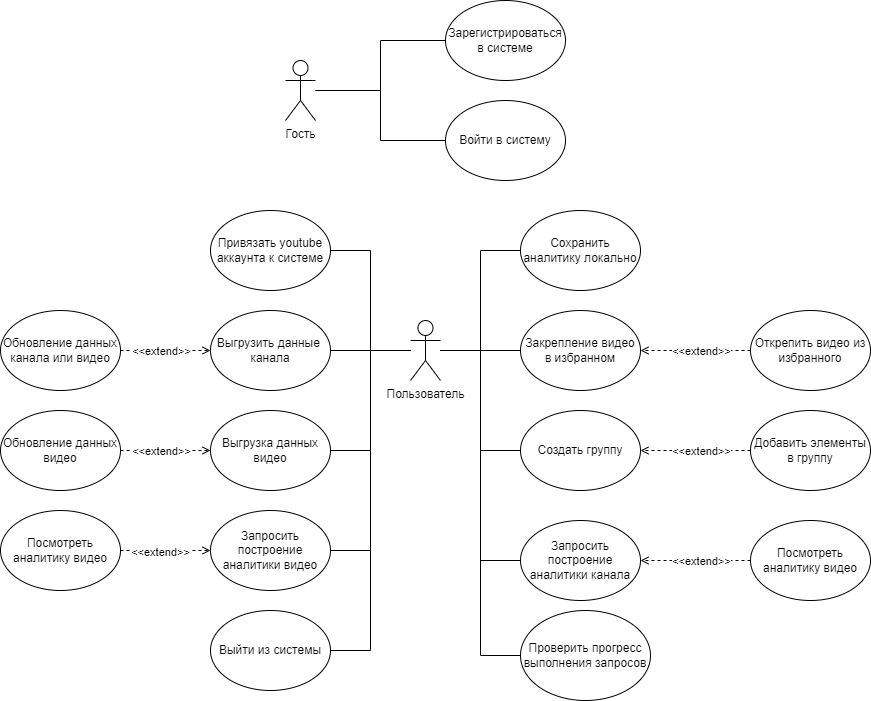
The draw.io diagram docs/images/UseCase.png in Hembos/YoutubeAnalytics, before a commit. Source tidied: cells renumbered, new cells last; positions are measured from the earlier drawing's top-left corner, leaving out a move shared by most shapes.
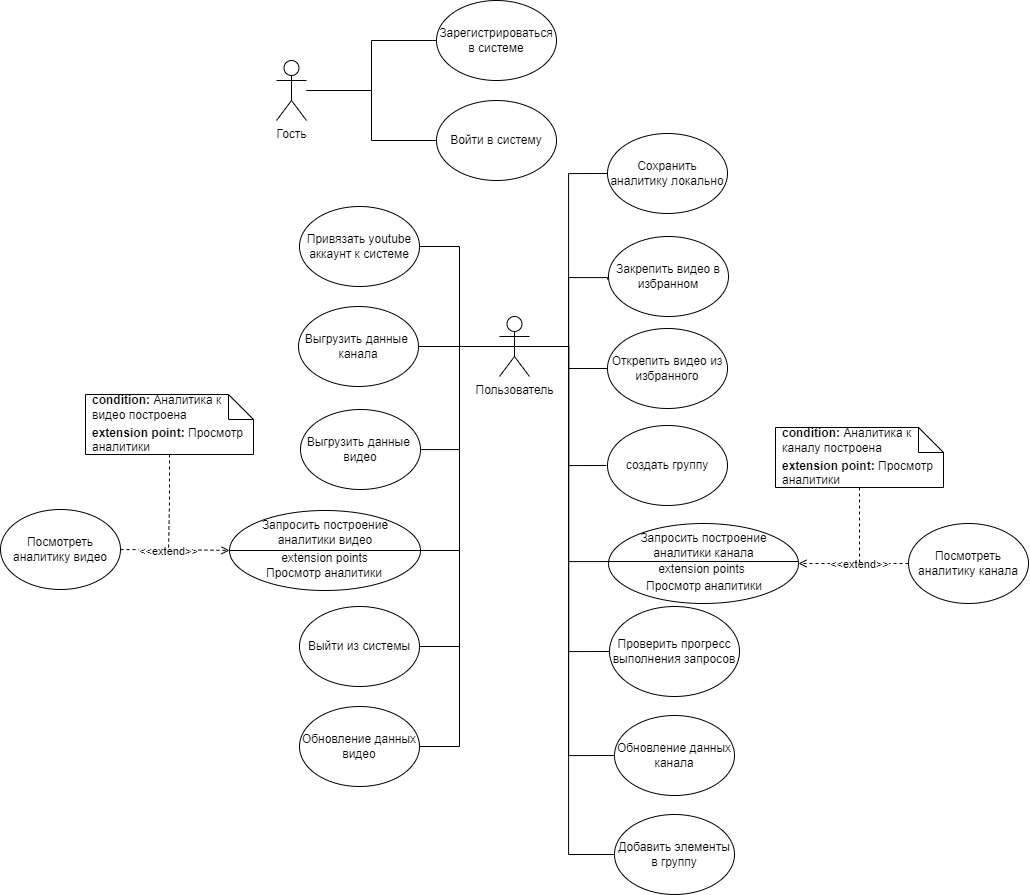
After the change.

Diff of the diagram source:
```diff
@@ -9,131 +9,113 @@
       <mxGeometry relative="1" as="geometry" />
     </mxCell>
     <mxCell id="4" value="Гость&lt;br&gt;" style="shape=umlActor;verticalLabelPosition=bottom;verticalAlign=top;html=1;outlineConnect=0;" parent="1" vertex="1">
-      <mxGeometry x="285" y="60" width="30" height="60" as="geometry" />
+      <mxGeometry x="187" y="64" width="30" height="60" as="geometry" />
     </mxCell>
     <mxCell id="5" style="edgeStyle=orthogonalEdgeStyle;rounded=0;jettySize=auto;html=1;entryX=1;entryY=0.5;entryDx=0;entryDy=0;endArrow=none;endFill=0;" parent="1" edge="1" source="15" target="27">
       <mxGeometry relative="1" as="geometry" />
     </mxCell>
-    <mxCell id="6" style="edgeStyle=orthogonalEdgeStyle;rounded=0;jettySize=auto;html=1;endArrow=none;endFill=0;" parent="1" edge="1" source="15" target="28">
-      <mxGeometry relative="1" as="geometry" />
+    <mxCell id="6" style="edgeStyle=orthogonalEdgeStyle;rounded=0;jettySize=auto;html=1;endArrow=none;endFill=0;entryX=1;entryY=0.5;entryDx=0;entryDy=0;" parent="1" edge="1" source="15" target="28">
+      <mxGeometry relative="1" as="geometry">
+        <Array as="points">
+          <mxPoint x="329" y="350" />
+        </Array>
+      </mxGeometry>
     </mxCell>
-    <mxCell id="7" style="edgeStyle=orthogonalEdgeStyle;rounded=0;jettySize=auto;html=1;entryX=1;entryY=0.5;entryDx=0;entryDy=0;endArrow=none;endFill=0;" parent="1" edge="1" source="15" target="21">
-      <mxGeometry relative="1" as="geometry" />
+    <mxCell id="7" style="edgeStyle=orthogonalEdgeStyle;rounded=0;jettySize=auto;html=1;endArrow=none;endFill=0;" parent="1" edge="1" source="15" target="54">
+      <mxGeometry relative="1" as="geometry">
+        <Array as="points">
+          <mxPoint x="370" y="350" />
+          <mxPoint x="370" y="554" />
+        </Array>
+      </mxGeometry>
     </mxCell>
     <mxCell id="8" style="edgeStyle=orthogonalEdgeStyle;rounded=0;jettySize=auto;html=1;entryX=0;entryY=0.5;entryDx=0;entryDy=0;endArrow=none;endFill=0;" parent="1" edge="1" source="15" target="20">
       <mxGeometry relative="1" as="geometry" />
     </mxCell>
-    <mxCell id="9" style="edgeStyle=orthogonalEdgeStyle;rounded=0;jettySize=auto;html=1;entryX=0;entryY=0.5;entryDx=0;entryDy=0;endArrow=none;endFill=0;" parent="1" edge="1" source="15" target="25">
-      <mxGeometry relative="1" as="geometry" />
-    </mxCell>
-    <mxCell id="10" style="edgeStyle=orthogonalEdgeStyle;rounded=0;jettySize=auto;html=1;entryX=0;entryY=0.5;entryDx=0;entryDy=0;endArrow=none;endFill=0;" parent="1" edge="1" source="15" target="29">
-      <mxGeometry relative="1" as="geometry" />
+    <mxCell id="10" style="edgeStyle=orthogonalEdgeStyle;rounded=0;jettySize=auto;html=1;entryX=0;entryY=0.25;entryDx=0;entryDy=0;endArrow=none;endFill=0;" parent="1" edge="1" source="15" target="61">
+      <mxGeometry relative="1" as="geometry">
+        <Array as="points">
+          <mxPoint x="479" y="350" />
+          <mxPoint x="479" y="565" />
+        </Array>
+      </mxGeometry>
     </mxCell>
     <mxCell id="11" style="edgeStyle=orthogonalEdgeStyle;rounded=0;jettySize=auto;html=1;entryX=1;entryY=0.5;entryDx=0;entryDy=0;endArrow=none;endFill=0;" parent="1" edge="1" source="15" target="30">
       <mxGeometry relative="1" as="geometry" />
     </mxCell>
-    <mxCell id="12" style="edgeStyle=orthogonalEdgeStyle;rounded=0;jettySize=auto;html=1;entryX=1;entryY=0.5;entryDx=0;entryDy=0;endArrow=none;endFill=0;" parent="1" edge="1" source="15" target="31">
-      <mxGeometry relative="1" as="geometry" />
-    </mxCell>
-    <mxCell id="13" style="edgeStyle=orthogonalEdgeStyle;rounded=0;jettySize=auto;html=1;entryX=0;entryY=0.5;entryDx=0;entryDy=0;endArrow=none;endFill=0;" parent="1" edge="1" source="15" target="32">
-      <mxGeometry relative="1" as="geometry" />
-    </mxCell>
     <mxCell id="14" style="edgeStyle=orthogonalEdgeStyle;rounded=0;jettySize=auto;html=1;entryX=0;entryY=0.5;entryDx=0;entryDy=0;endArrow=none;endFill=0;" parent="1" edge="1" source="15" target="33">
-      <mxGeometry relative="1" as="geometry" />
+      <mxGeometry relative="1" as="geometry">
+        <Array as="points">
+          <mxPoint x="479" y="350" />
+          <mxPoint x="479" y="655" />
+        </Array>
+      </mxGeometry>
     </mxCell>
+    <mxCell id="46" style="edgeStyle=orthogonalEdgeStyle;rounded=0;jettySize=auto;html=1;entryX=0;entryY=0.5;entryDx=0;entryDy=0;endArrow=none;endFill=0;" parent="1" edge="1" source="15" target="42">
+      <mxGeometry relative="1" as="geometry" />
+    </mxCell>
+    <mxCell id="47" style="edgeStyle=orthogonalEdgeStyle;rounded=0;jettySize=auto;html=1;entryX=1;entryY=0.5;entryDx=0;entryDy=0;endArrow=none;endFill=0;" parent="1" edge="1" source="15" target="19">
+      <mxGeometry relative="1" as="geometry" />
+    </mxCell>
+    <mxCell id="48" style="edgeStyle=orthogonalEdgeStyle;rounded=0;jettySize=auto;html=1;entryX=0;entryY=0.5;entryDx=0;entryDy=0;endArrow=none;endFill=0;" parent="1" edge="1" source="15" target="39">
+      <mxGeometry relative="1" as="geometry">
+        <Array as="points">
+          <mxPoint x="479" y="350" />
+          <mxPoint x="479" y="759" />
+        </Array>
+      </mxGeometry>
+    </mxCell>
+    <mxCell id="49" style="edgeStyle=orthogonalEdgeStyle;rounded=0;jettySize=auto;html=1;entryX=0;entryY=0.5;entryDx=0;entryDy=0;endArrow=none;endFill=0;" parent="1" edge="1" source="15" target="24">
+      <mxGeometry relative="1" as="geometry">
+        <Array as="points">
+          <mxPoint x="479" y="350" />
+          <mxPoint x="479" y="858" />
+        </Array>
+      </mxGeometry>
+    </mxCell>
     <mxCell id="15" value="Пользователь" style="shape=umlActor;verticalLabelPosition=bottom;verticalAlign=top;html=1;outlineConnect=0;" parent="1" vertex="1">
       <mxGeometry x="410" y="320" width="30" height="60" as="geometry" />
     </mxCell>
     <mxCell id="16" value="Зарегистрироваться в системе" style="ellipse;whiteSpace=wrap;html=1;" parent="1" vertex="1">
-      <mxGeometry x="445" width="120" height="80" as="geometry" />
+      <mxGeometry x="347" y="4" width="120" height="80" as="geometry" />
     </mxCell>
-    <mxCell id="17" style="edgeStyle=orthogonalEdgeStyle;rounded=0;jettySize=auto;html=1;dashed=1;endArrow=open;endFill=0;" parent="1" edge="1" source="19" target="31">
-      <mxGeometry relative="1" as="geometry" />
-    </mxCell>
-    <mxCell id="18" value="&amp;lt;&amp;lt;extend&amp;gt;&amp;gt;" style="edgeLabel;html=1;align=center;verticalAlign=middle;" parent="17" vertex="1">
-      <mxGeometry x="-0.26" y="3" relative="1" as="geometry">
-        <mxPoint x="7" y="3" as="offset" />
-      </mxGeometry>
-    </mxCell>
     <mxCell id="19" value="Обновление данных видео" style="ellipse;whiteSpace=wrap;html=1;" parent="1" vertex="1">
-      <mxGeometry y="410" width="120" height="80" as="geometry" />
+      <mxGeometry x="210" y="710" width="120" height="80" as="geometry" />
     </mxCell>
     <mxCell id="20" value="Сохранить аналитику локально" style="ellipse;whiteSpace=wrap;html=1;" parent="1" vertex="1">
-      <mxGeometry x="520" y="210" width="120" height="80" as="geometry" />
+      <mxGeometry x="518" y="137" width="120" height="80" as="geometry" />
     </mxCell>
-    <mxCell id="21" value="Запросить построение аналитики видео" style="ellipse;whiteSpace=wrap;html=1;" parent="1" vertex="1">
-      <mxGeometry x="210" y="510" width="120" height="80" as="geometry" />
-    </mxCell>
-    <mxCell id="22" style="edgeStyle=orthogonalEdgeStyle;rounded=0;jettySize=auto;html=1;dashed=1;endArrow=open;endFill=0;" parent="1" edge="1" source="24" target="32">
-      <mxGeometry relative="1" as="geometry" />
-    </mxCell>
-    <mxCell id="23" value="&amp;lt;&amp;lt;extend&amp;gt;&amp;gt;" style="edgeLabel;html=1;align=center;verticalAlign=middle;" parent="22" vertex="1">
-      <mxGeometry x="0.26" y="1" relative="1" as="geometry">
-        <mxPoint x="19" y="-1" as="offset" />
-      </mxGeometry>
-    </mxCell>
     <mxCell id="24" value="Добавить элементы в группу" style="ellipse;whiteSpace=wrap;html=1;" parent="1" vertex="1">
-      <mxGeometry x="750" y="410" width="120" height="80" as="geometry" />
+      <mxGeometry x="525" y="818" width="120" height="80" as="geometry" />
     </mxCell>
-    <mxCell id="25" value="Закрепление видео в избранном" style="ellipse;whiteSpace=wrap;html=1;" parent="1" vertex="1">
-      <mxGeometry x="520" y="310" width="120" height="80" as="geometry" />
-    </mxCell>
     <mxCell id="26" value="Войти в систему" style="ellipse;whiteSpace=wrap;html=1;" parent="1" vertex="1">
-      <mxGeometry x="445" y="100" width="120" height="80" as="geometry" />
+      <mxGeometry x="347" y="104" width="120" height="80" as="geometry" />
     </mxCell>
-    <mxCell id="27" value="Привязать youtube аккаунта к системе" style="ellipse;whiteSpace=wrap;html=1;" parent="1" vertex="1">
+    <mxCell id="27" value="Привязать youtube аккаунт к системе" style="ellipse;whiteSpace=wrap;html=1;" parent="1" vertex="1">
       <mxGeometry x="210" y="210" width="120" height="80" as="geometry" />
     </mxCell>
-    <mxCell id="28" value="Выгрузить данные&amp;nbsp; канала" style="ellipse;whiteSpace=wrap;html=1;" parent="1" vertex="1">
-      <mxGeometry x="210" y="310" width="120" height="80" as="geometry" />
-    </mxCell>
-    <mxCell id="29" value="Запросить построение аналитики канала" style="ellipse;whiteSpace=wrap;html=1;" parent="1" vertex="1">
-      <mxGeometry x="520" y="520" width="120" height="80" as="geometry" />
-    </mxCell>
     <mxCell id="30" value="Выйти из системы" style="ellipse;whiteSpace=wrap;html=1;" parent="1" vertex="1">
       <mxGeometry x="210" y="610" width="120" height="80" as="geometry" />
     </mxCell>
-    <mxCell id="31" value="Выгрузка данных видео" style="ellipse;whiteSpace=wrap;html=1;" parent="1" vertex="1">
-      <mxGeometry x="210" y="410" width="120" height="80" as="geometry" />
-    </mxCell>
-    <mxCell id="32" value="Создать группу" style="ellipse;whiteSpace=wrap;html=1;" parent="1" vertex="1">
-      <mxGeometry x="520" y="410" width="120" height="80" as="geometry" />
-    </mxCell>
     <mxCell id="33" value="Проверить прогресс выполнения запросов" style="ellipse;whiteSpace=wrap;html=1;" parent="1" vertex="1">
       <mxGeometry x="520" y="610" width="130" height="90" as="geometry" />
     </mxCell>
-    <mxCell id="34" style="edgeStyle=orthogonalEdgeStyle;rounded=0;jettySize=auto;html=1;dashed=1;endArrow=open;endFill=0;" parent="1" edge="1" source="36" target="21">
+    <mxCell id="34" style="edgeStyle=orthogonalEdgeStyle;rounded=0;jettySize=auto;html=1;dashed=1;endArrow=open;endFill=0;" parent="1" edge="1" source="36" target="54">
       <mxGeometry relative="1" as="geometry" />
     </mxCell>
     <mxCell id="35" value="&amp;lt;&amp;lt;extend&amp;gt;&amp;gt;" style="edgeLabel;html=1;align=center;verticalAlign=middle;" parent="34" vertex="1">
       <mxGeometry x="-0.13" y="-1" relative="1" as="geometry" />
     </mxCell>
     <mxCell id="36" value="Посмотреть аналитику видео" style="ellipse;whiteSpace=wrap;html=1;" parent="1" vertex="1">
-      <mxGeometry y="510" width="120" height="80" as="geometry" />
+      <mxGeometry x="-89" y="513" width="120" height="80" as="geometry" />
     </mxCell>
-    <mxCell id="37" style="edgeStyle=orthogonalEdgeStyle;rounded=0;jettySize=auto;html=1;dashed=1;endArrow=open;endFill=0;" parent="1" edge="1" source="39" target="28">
-      <mxGeometry relative="1" as="geometry" />
-    </mxCell>
-    <mxCell id="38" value="&amp;lt;&amp;lt;extend&amp;gt;&amp;gt;" style="edgeLabel;html=1;align=center;verticalAlign=middle;" parent="37" vertex="1">
-      <mxGeometry x="-0.23" y="-1" relative="1" as="geometry">
-        <mxPoint x="5" y="-1" as="offset" />
-      </mxGeometry>
-    </mxCell>
-    <mxCell id="39" value="Обновление данных канала или видео" style="ellipse;whiteSpace=wrap;html=1;" parent="1" vertex="1">
-      <mxGeometry y="310" width="120" height="80" as="geometry" />
+    <mxCell id="39" value="Обновление данных канала" style="ellipse;whiteSpace=wrap;html=1;" parent="1" vertex="1">
+      <mxGeometry x="525" y="719" width="120" height="80" as="geometry" />
     </mxCell>
-    <mxCell id="40" style="edgeStyle=orthogonalEdgeStyle;rounded=0;jettySize=auto;html=1;entryX=1;entryY=0.5;entryDx=0;entryDy=0;dashed=1;endArrow=open;endFill=0;" parent="1" edge="1" source="42" target="25">
-      <mxGeometry relative="1" as="geometry" />
-    </mxCell>
-    <mxCell id="41" value="&amp;lt;&amp;lt;extend&amp;gt;&amp;gt;" style="edgeLabel;html=1;align=center;verticalAlign=middle;" parent="40" vertex="1">
-      <mxGeometry x="0.09" y="1" relative="1" as="geometry">
-        <mxPoint x="10" y="-1" as="offset" />
-      </mxGeometry>
-    </mxCell>
     <mxCell id="42" value="Открепить видео из избранного" style="ellipse;whiteSpace=wrap;html=1;" parent="1" vertex="1">
-      <mxGeometry x="750" y="310" width="120" height="80" as="geometry" />
+      <mxGeometry x="518" y="332" width="120" height="80" as="geometry" />
     </mxCell>
-    <mxCell id="43" style="edgeStyle=orthogonalEdgeStyle;rounded=0;jettySize=auto;html=1;dashed=1;endArrow=open;endFill=0;" parent="1" edge="1" source="45" target="29">
+    <mxCell id="43" style="edgeStyle=orthogonalEdgeStyle;rounded=0;jettySize=auto;html=1;dashed=1;endArrow=open;endFill=0;" parent="1" edge="1" source="45" target="59">
       <mxGeometry relative="1" as="geometry" />
     </mxCell>
     <mxCell id="44" value="&amp;lt;&amp;lt;extend&amp;gt;&amp;gt;" style="edgeLabel;html=1;align=center;verticalAlign=middle;" parent="43" vertex="1">
@@ -141,8 +123,100 @@
         <mxPoint x="10" y="-2" as="offset" />
       </mxGeometry>
     </mxCell>
-    <mxCell id="45" value="Посмотреть аналитику видео" style="ellipse;whiteSpace=wrap;html=1;" parent="1" vertex="1">
-      <mxGeometry x="750" y="520" width="120" height="80" as="geometry" />
+    <mxCell id="45" value="Посмотреть аналитику канала" style="ellipse;whiteSpace=wrap;html=1;" parent="1" vertex="1">
+      <mxGeometry x="819" y="527" width="120" height="80" as="geometry" />
     </mxCell>
+    <mxCell id="50" style="edgeStyle=orthogonalEdgeStyle;rounded=0;jettySize=auto;html=1;endArrow=none;endFill=0;dashed=1;" parent="1" edge="1" source="51">
+      <mxGeometry relative="1" as="geometry">
+        <mxPoint x="79" y="554" as="targetPoint" />
+      </mxGeometry>
+    </mxCell>
+    <mxCell id="51" value="&lt;b&gt;extension point: &lt;/b&gt;Просмотр аналитики" style="shape=note2;boundedLbl=1;whiteSpace=wrap;html=1;size=25;verticalAlign=top;align=left;spacingLeft=5;" parent="1" vertex="1">
+      <mxGeometry x="-4" y="398" width="168" height="60" as="geometry" />
+    </mxCell>
+    <mxCell id="52" value="&lt;b&gt;condition: &lt;/b&gt;Аналитика к видео построена" style="strokeColor=none;fillColor=none;align=left;spacingLeft=5;whiteSpace=wrap;html=1;" parent="51" vertex="1">
+      <mxGeometry width="138" height="25" relative="1" as="geometry" />
+    </mxCell>
+    <mxCell id="53" style="edgeStyle=orthogonalEdgeStyle;rounded=0;jettySize=auto;html=1;entryX=0.5;entryY=0.5;entryDx=0;entryDy=0;entryPerimeter=0;endArrow=none;endFill=0;exitX=1;exitY=0.5;exitDx=0;exitDy=0;" parent="1" edge="1" source="63" target="15">
+      <mxGeometry relative="1" as="geometry">
+        <Array as="points">
+          <mxPoint x="293" y="453" />
+          <mxPoint x="370" y="453" />
+          <mxPoint x="370" y="350" />
+        </Array>
+      </mxGeometry>
+    </mxCell>
+    <mxCell id="54" style="shape=ellipse;horizontal=1;html=1;dashed=0;" parent="1" vertex="1">
+      <mxGeometry x="140" y="514" width="191" height="80" as="geometry" />
+    </mxCell>
+    <mxCell id="21" value="Запросить построение аналитики видео" style="html=1;strokeColor=none;fillColor=none;align=center;verticalAlign=middle;whiteSpace=wrap;" parent="54" vertex="1">
+      <mxGeometry x="26" y="12" width="140" height="20" as="geometry" />
+    </mxCell>
+    <mxCell id="55" style="line;strokeWidth=1;fillColor=none;labelPosition=right;dashed=0;" parent="54" vertex="1">
+      <mxGeometry y="36.7" width="191" height="6.7" as="geometry" />
+    </mxCell>
+    <mxCell id="56" value="extension points" style="text;html=1;align=center;verticalAlign=middle;fillColor=none;strokeColor=none;whiteSpace=wrap;" parent="54" vertex="1">
+      <mxGeometry x="51.2" y="43.3" width="88.5" height="10" as="geometry" />
+    </mxCell>
+    <mxCell id="57" value="Просмотр аналитики" style="text;html=1;align=left;verticalAlign=middle;spacingLeft=25;fillColor=none;strokeColor=none;whiteSpace=wrap;" parent="54" vertex="1">
+      <mxGeometry x="10" y="53.3" width="190" height="20" as="geometry" />
+    </mxCell>
+    <mxCell id="58" style="edgeStyle=orthogonalEdgeStyle;rounded=0;jettySize=auto;html=1;entryX=0.5;entryY=0.5;entryDx=0;entryDy=0;entryPerimeter=0;endArrow=none;endFill=0;exitX=0;exitY=0.5;exitDx=0;exitDy=0;" parent="1" edge="1" target="15">
+      <mxGeometry relative="1" as="geometry">
+        <mxPoint x="518" y="283" as="sourcePoint" />
+        <Array as="points">
+          <mxPoint x="479" y="281" />
+          <mxPoint x="479" y="350" />
+        </Array>
+      </mxGeometry>
+    </mxCell>
+    <mxCell id="59" style="shape=ellipse;horizontal=1;html=1;dashed=0;" parent="1" vertex="1">
+      <mxGeometry x="519" y="527" width="190" height="80" as="geometry" />
+    </mxCell>
+    <mxCell id="29" value="Запросить построение аналитики канала" style="html=1;strokeColor=none;fillColor=none;align=center;verticalAlign=middle;whiteSpace=wrap;" parent="59" vertex="1">
+      <mxGeometry x="24.5" y="2" width="141" height="39.3" as="geometry" />
+    </mxCell>
+    <mxCell id="60" style="line;strokeWidth=1;fillColor=none;labelPosition=right;dashed=0;" parent="59" vertex="1">
+      <mxGeometry y="34.7" width="190" height="6.7" as="geometry" />
+    </mxCell>
+    <mxCell id="61" value="extension points" style="text;html=1;align=center;verticalAlign=middle;fillColor=none;strokeColor=none;whiteSpace=wrap;" parent="59" vertex="1">
+      <mxGeometry x="49" y="41.3" width="89" height="10" as="geometry" />
+    </mxCell>
+    <mxCell id="62" value="Просмотр аналитики" style="text;html=1;align=left;verticalAlign=middle;spacingLeft=25;fillColor=none;strokeColor=none;whiteSpace=wrap;" parent="59" vertex="1">
+      <mxGeometry x="11" y="53" width="190" height="20" as="geometry" />
+    </mxCell>
+    <mxCell id="28" value="Выгрузить данные&amp;nbsp; канала" style="ellipse;whiteSpace=wrap;html=1;" parent="1" vertex="1">
+      <mxGeometry x="209" y="310" width="120" height="80" as="geometry" />
+    </mxCell>
+    <mxCell id="63" value="Выгрузить данные&amp;nbsp; видео" style="ellipse;whiteSpace=wrap;html=1;" parent="1" vertex="1">
+      <mxGeometry x="211" y="413" width="120" height="80" as="geometry" />
+    </mxCell>
+    <mxCell id="64" value="Закрепить видео в избранном" style="ellipse;whiteSpace=wrap;html=1;" parent="1" vertex="1">
+      <mxGeometry x="519" y="240" width="120" height="80" as="geometry" />
+    </mxCell>
+    <mxCell id="65" style="edgeStyle=orthogonalEdgeStyle;rounded=0;orthogonalLoop=1;jettySize=auto;html=1;endArrow=none;endFill=0;" parent="1" edge="1">
+      <mxGeometry relative="1" as="geometry">
+        <mxPoint x="517" y="469" as="sourcePoint" />
+        <mxPoint x="439" y="350" as="targetPoint" />
+        <Array as="points">
+          <mxPoint x="479" y="469" />
+          <mxPoint x="479" y="350" />
+        </Array>
+      </mxGeometry>
+    </mxCell>
+    <mxCell id="66" value="создать группу" style="ellipse;whiteSpace=wrap;html=1;" parent="1" vertex="1">
+      <mxGeometry x="518" y="429" width="120" height="80" as="geometry" />
+    </mxCell>
+    <mxCell id="67" style="edgeStyle=orthogonalEdgeStyle;rounded=0;jettySize=auto;html=1;endArrow=none;endFill=0;dashed=1;" parent="1" edge="1" source="68">
+      <mxGeometry relative="1" as="geometry">
+        <mxPoint x="770" y="569" as="targetPoint" />
+      </mxGeometry>
+    </mxCell>
+    <mxCell id="68" value="&lt;b&gt;extension point: &lt;/b&gt;Просмотр аналитики" style="shape=note2;boundedLbl=1;whiteSpace=wrap;html=1;size=25;verticalAlign=top;align=left;spacingLeft=5;" parent="1" vertex="1">
+      <mxGeometry x="686" y="431" width="168" height="60" as="geometry" />
+    </mxCell>
+    <mxCell id="69" value="&lt;b&gt;condition: &lt;/b&gt;Аналитика к каналу построена" style="strokeColor=none;fillColor=none;align=left;spacingLeft=5;whiteSpace=wrap;html=1;" parent="68" vertex="1">
+      <mxGeometry width="138" height="25" relative="1" as="geometry" />
+    </mxCell>
   </root>
 </mxGraphModel>
```
